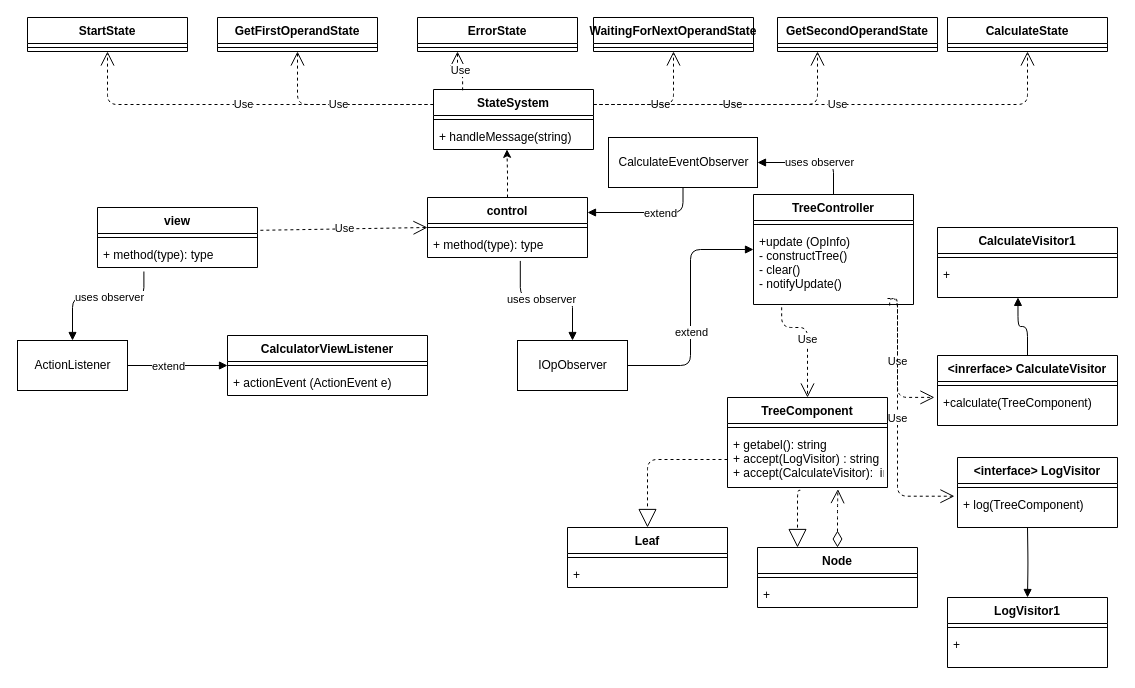
parveshj/SE575 keeps this draw.io diagram as Final Project.drawio. Above is the earlier version. Source tidied: cells renumbered, new cells numbered last; positions are measured from the earlier drawing's top-left corner, leaving out a move shared by most shapes. Both pictures are drawn from the tidied source at 100%, with x=0, y=0 at pixel (17, 17).
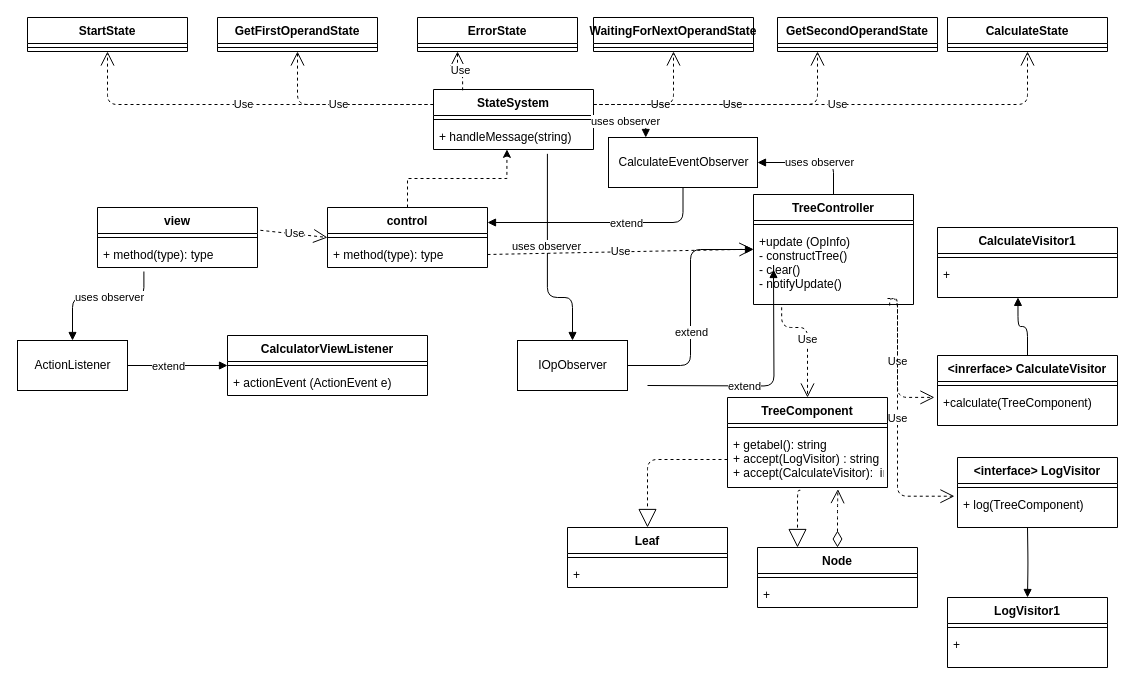
After the change.

Unchanged cells that the change refers to:
```xml
<mxCell id="5" value="+ method(type): type" style="text;strokeColor=none;fillColor=none;align=left;verticalAlign=top;spacingLeft=4;spacingRight=4;overflow=hidden;points=[[0,0.5],[1,0.5]];portConstraint=eastwest;" parent="3" vertex="1">
  <mxGeometry y="34" width="160" height="26" as="geometry" />
</mxCell>
<mxCell id="18" value="StateSystem" style="swimlane;fontStyle=1;align=center;verticalAlign=top;horizontal=1;startSize=26;" parent="1" vertex="1">
  <mxGeometry x="416" y="72" width="160" height="60" as="geometry" />
</mxCell>
<mxCell id="20" value="+ handleMessage(string)" style="text;strokeColor=none;fillColor=none;align=left;verticalAlign=top;spacingLeft=4;spacingRight=4;overflow=hidden;points=[[0,0.5],[1,0.5]];portConstraint=eastwest;" parent="18" vertex="1">
  <mxGeometry y="34" width="160" height="26" as="geometry" />
</mxCell>
<mxCell id="41" value="+update (OpInfo)&#10;- constructTree()&#10;- clear()&#10;- notifyUpdate()" style="text;strokeColor=none;fillColor=none;align=left;verticalAlign=top;spacingLeft=4;spacingRight=4;overflow=hidden;points=[[0,0.5],[1,0.5]];portConstraint=eastwest;" parent="39" vertex="1">
  <mxGeometry y="34" width="160" height="76" as="geometry" />
</mxCell>
<mxCell id="42" value="&lt;span style=&quot;text-align: left&quot;&gt;IOpObserver&lt;/span&gt;" style="html=1;" parent="1" vertex="1">
  <mxGeometry x="500" y="323" width="110" height="50" as="geometry" />
</mxCell>
<mxCell id="76" value="&lt;span style=&quot;text-align: left&quot;&gt;CalculateEventObserver&lt;/span&gt;" style="html=1;" parent="1" vertex="1">
  <mxGeometry x="591" y="120" width="149" height="50" as="geometry" />
</mxCell>
```

Diff of the diagram source:
```diff
@@
     <mxCell id="3" value="control" style="swimlane;fontStyle=1;align=center;verticalAlign=top;horizontal=1;startSize=26;" parent="1" vertex="1">
-      <mxGeometry x="410" y="180" width="160" height="60" as="geometry" />
+      <mxGeometry x="310" y="190" width="160" height="60" as="geometry" />
     </mxCell>
@@
-    <mxCell id="45" style="endArrow=block;endFill=1;html=1;edgeStyle=orthogonalEdgeStyle;align=left;verticalAlign=top;exitX=0.58;exitY=1.131;exitDx=0;exitDy=0;entryX=0.5;entryY=0;entryDx=0;entryDy=0;exitPerimeter=0;" parent="1" edge="1" source="5" target="42">
+    <mxCell id="45" style="endArrow=block;endFill=1;html=1;edgeStyle=orthogonalEdgeStyle;align=left;verticalAlign=top;exitX=0.712;exitY=1.167;exitDx=0;exitDy=0;entryX=0.5;entryY=0;entryDx=0;entryDy=0;exitPerimeter=0;" parent="1" edge="1" source="20" target="42">
       <mxGeometry x="-1" relative="1" as="geometry">
         <Array as="points">
-          <mxPoint x="503" y="280" />
+          <mxPoint x="530" y="280" />
           <mxPoint x="555" y="280" />
         </Array>
       </mxGeometry>
     </mxCell>
@@
+    <mxCell id="81" style="endArrow=block;endFill=1;html=1;edgeStyle=orthogonalEdgeStyle;align=left;verticalAlign=top;exitX=1;exitY=0.5;exitDx=0;exitDy=0;entryX=0;entryY=0.5;entryDx=0;entryDy=0;fontStyle=1;" parent="1" edge="1">
+      <mxGeometry x="-1" relative="1" as="geometry">
+        <mxPoint x="630" y="368" as="sourcePoint" />
+        <mxPoint x="756" y="252" as="targetPoint" />
+      </mxGeometry>
+    </mxCell>
+    <mxCell id="82" value="extend" style="edgeLabel;html=1;align=center;verticalAlign=middle;" parent="81" vertex="1">
+      <mxGeometry x="-0.2" relative="1" as="geometry" />
+    </mxCell>
+    <mxCell id="83" style="endArrow=block;endFill=1;html=1;edgeStyle=orthogonalEdgeStyle;align=left;verticalAlign=top;exitX=1;exitY=0.5;exitDx=0;exitDy=0;entryX=0.25;entryY=0;entryDx=0;entryDy=0;" parent="1" edge="1" source="18" target="76">
+      <mxGeometry x="-1" relative="1" as="geometry">
+        <Array as="points">
+          <mxPoint x="628" y="102" />
+        </Array>
+      </mxGeometry>
+    </mxCell>
+    <mxCell id="84" value="uses observer" style="edgeLabel;html=1;align=center;verticalAlign=middle;" parent="83" vertex="1">
+      <mxGeometry x="-0.13" y="-1" relative="1" as="geometry" />
+    </mxCell>
+    <mxCell id="85" value="Use" style="endArrow=open;endSize=12;dashed=1;html=1;exitX=1;exitY=0.5;exitDx=0;exitDy=0;entryX=-0.001;entryY=0.272;entryDx=0;entryDy=0;entryPerimeter=0;" parent="1" edge="1" source="5" target="41">
+      <mxGeometry relative="1" as="geometry" />
+    </mxCell>
```
